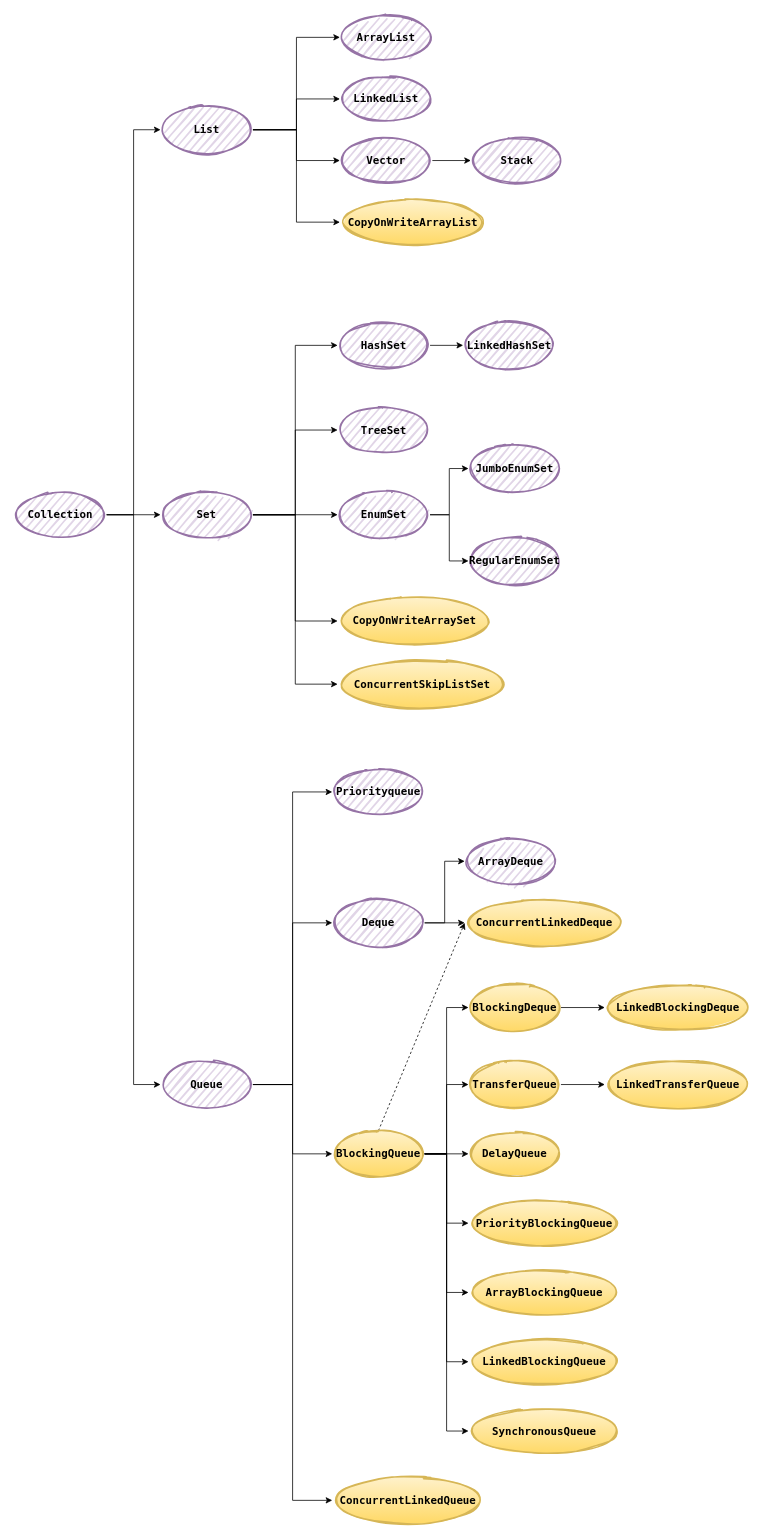
Above: 集合.drawio in caitai/draw.io (draw.io), before the change. Source tidied: cells renumbered, new cells numbered last; positions are measured from the earlier drawing's top-left corner, leaving out a move shared by most shapes. Both pictures are drawn from the tidied source at 77%, with x=0, y=0 at pixel (14, 14).
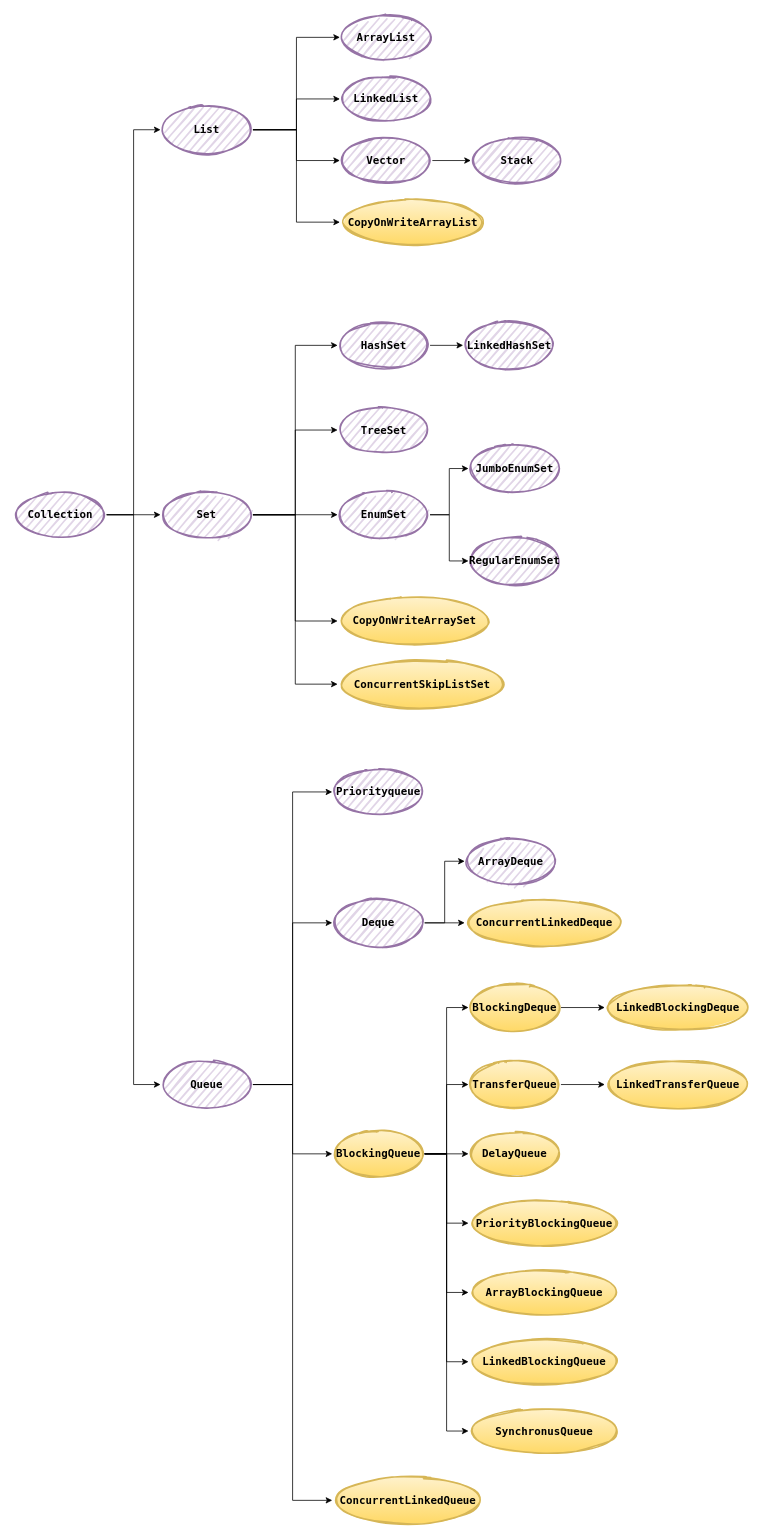
Above is the later version.

Unchanged cells that the change refers to:
```xml
<mxCell id="50" value="&lt;span style=&quot;font-size: 14px;&quot;&gt;&lt;b style=&quot;&quot;&gt;&lt;font face=&quot;Lucida Console&quot;&gt;BlockingQueue&lt;/font&gt;&lt;/b&gt;&lt;/span&gt;" style="ellipse;whiteSpace=wrap;html=1;strokeWidth=2;fillWeight=2;hachureGap=8;fillColor=#fff2cc;fillStyle=dots;sketch=1;strokeColor=#d6b656;gradientColor=#ffd966;" parent="1" vertex="1">
  <mxGeometry x="413" y="1450" width="120" height="60" as="geometry" />
</mxCell>
<mxCell id="64" value="&lt;span style=&quot;font-size: 14px;&quot;&gt;&lt;b style=&quot;&quot;&gt;&lt;font face=&quot;Lucida Console&quot;&gt;ConcurrentLinkedDeque&lt;/font&gt;&lt;/b&gt;&lt;/span&gt;" style="ellipse;whiteSpace=wrap;html=1;strokeWidth=2;fillWeight=2;hachureGap=8;fillColor=#fff2cc;fillStyle=dots;sketch=1;strokeColor=#d6b656;gradientColor=#ffd966;" parent="1" vertex="1">
  <mxGeometry x="585" y="1150" width="207" height="60" as="geometry" />
</mxCell>
```

Change to the diagram source:
```diff
@@
-    <mxCell id="49" style="rounded=0;jettySize=auto;html=1;exitX=0.5;exitY=0;exitDx=0;exitDy=0;entryX=0;entryY=0.5;entryDx=0;entryDy=0;fontFamily=Lucida Console;fontSize=14;dashed=1;" parent="1" edge="1" source="50" target="64">
-      <mxGeometry relative="1" as="geometry" />
-    </mxCell>
@@
-    <mxCell id="60" value="&lt;span style=&quot;font-size: 14px;&quot;&gt;&lt;b style=&quot;&quot;&gt;&lt;font face=&quot;Lucida Console&quot;&gt;SynchronousQueue&lt;/font&gt;&lt;/b&gt;&lt;/span&gt;" style="ellipse;whiteSpace=wrap;html=1;strokeWidth=2;fillWeight=2;hachureGap=8;fillColor=#fff2cc;fillStyle=dots;sketch=1;strokeColor=#d6b656;gradientColor=#ffd966;" parent="1" vertex="1">
+    <mxCell id="60" value="&lt;span style=&quot;font-size: 14px;&quot;&gt;&lt;b style=&quot;&quot;&gt;&lt;font face=&quot;Lucida Console&quot;&gt;SynchronusQueue&lt;/font&gt;&lt;/b&gt;&lt;/span&gt;" style="ellipse;whiteSpace=wrap;html=1;strokeWidth=2;fillWeight=2;hachureGap=8;fillColor=#fff2cc;fillStyle=dots;sketch=1;strokeColor=#d6b656;gradientColor=#ffd966;" parent="1" vertex="1">
       <mxGeometry x="590" y="1810" width="197" height="60" as="geometry" />
     </mxCell>
```
